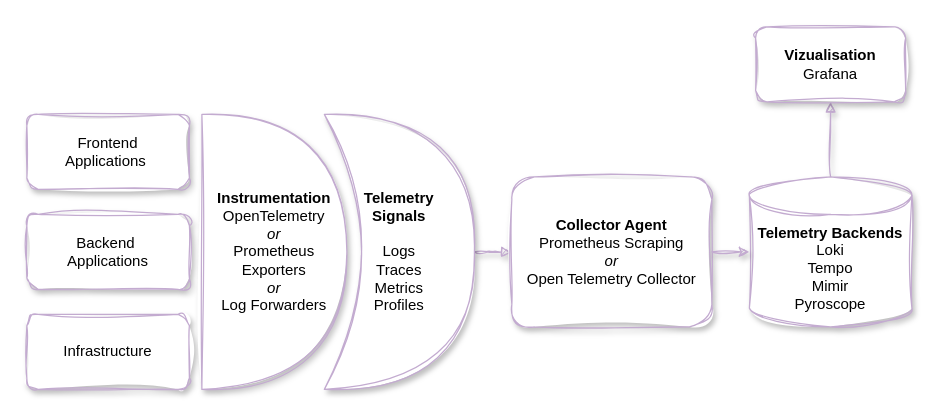
The draw.io diagram graphics/observability-architecture.drawio in alainpham/observability-with-opentelemetry-and-prometheus, before the edit. Source tidied: cells renumbered, new cells numbered last; positions are measured from the earlier drawing's top-left corner, leaving out a move shared by most shapes. Both pictures are drawn from the tidied source at 125%, with x=0, y=0 at pixel (26, 26).
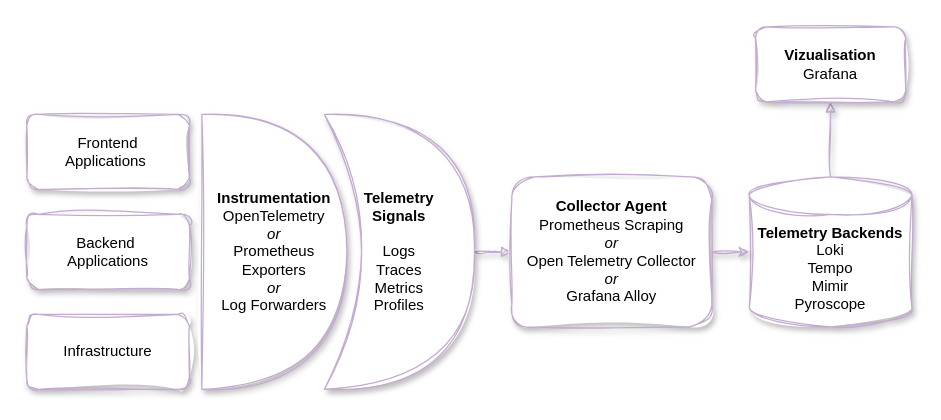
The same page after the edit.

What changed in the source:
```diff
@@
 <mxGraphModel>
   <root>
     <mxCell id="0" />
     <mxCell id="1" parent="0" />
     <mxCell id="2" value="Backend&amp;nbsp;&lt;div&gt;Applications&lt;/div&gt;" style="rounded=1;whiteSpace=wrap;html=1;sketch=1;curveFitting=1;jiggle=2;glass=0;shadow=1;align=center;verticalAlign=middle;fontFamily=Helvetica;fontSize=12;strokeColor=#C3ABD0;" parent="1" vertex="1">
       <mxGeometry y="150" width="130" height="60" as="geometry" />
     </mxCell>
     <mxCell id="3" value="Infrastructure" style="rounded=1;whiteSpace=wrap;html=1;sketch=1;curveFitting=1;jiggle=2;glass=0;shadow=1;align=center;verticalAlign=middle;fontFamily=Helvetica;fontSize=12;strokeColor=#C3ABD0;" parent="1" vertex="1">
       <mxGeometry y="230" width="130" height="60" as="geometry" />
     </mxCell>
     <mxCell id="4" value="Frontend&lt;div&gt;Applications&amp;nbsp;&lt;/div&gt;" style="rounded=1;whiteSpace=wrap;html=1;sketch=1;curveFitting=1;jiggle=2;glass=0;shadow=1;strokeColor=#C3ABD0;" parent="1" vertex="1">
       <mxGeometry y="70" width="130" height="60" as="geometry" />
     </mxCell>
     <mxCell id="5" value="&lt;div&gt;&lt;span style=&quot;background-color: transparent; color: light-dark(rgb(0, 0, 0), rgb(255, 255, 255));&quot;&gt;&lt;b&gt;Instrumentation&lt;/b&gt;&lt;/span&gt;&lt;/div&gt;&lt;div&gt;&lt;/div&gt;&lt;div&gt;&lt;span style=&quot;background-color: transparent; color: light-dark(rgb(0, 0, 0), rgb(255, 255, 255));&quot;&gt;OpenTelemetry&lt;/span&gt;&lt;/div&gt;&lt;div&gt;&lt;div&gt;&lt;span style=&quot;background-color: transparent; color: light-dark(rgb(0, 0, 0), rgb(255, 255, 255));&quot;&gt;&lt;i&gt;or&lt;/i&gt;&lt;/span&gt;&lt;/div&gt;&lt;/div&gt;&lt;div&gt;&lt;span style=&quot;background-color: transparent; color: light-dark(rgb(0, 0, 0), rgb(255, 255, 255));&quot;&gt;Prometheus&lt;/span&gt;&lt;/div&gt;&lt;div&gt;&lt;div&gt;Exporters&lt;/div&gt;&lt;/div&gt;&lt;div&gt;&lt;i&gt;or&lt;/i&gt;&lt;/div&gt;&lt;div&gt;Log Forwarders&lt;/div&gt;" style="shape=or;whiteSpace=wrap;html=1;rounded=1;shadow=1;glass=0;sketch=1;jiggle=2;curveFitting=1;align=center;verticalAlign=middle;fontFamily=Helvetica;fontSize=12;strokeColor=#C3ABD0;" parent="1" vertex="1">
       <mxGeometry x="140" y="70" width="116" height="220" as="geometry" />
     </mxCell>
     <mxCell id="6" style="edgeStyle=orthogonalEdgeStyle;rounded=0;jettySize=auto;html=1;fontFamily=Helvetica;fontSize=12;fontColor=default;endArrow=block;endFill=1;sketch=1;curveFitting=1;jiggle=2;shadow=1;flowAnimation=0;strokeColor=#C3ABD0;" parent="1" edge="1" source="11" target="7">
       <mxGeometry relative="1" as="geometry" />
     </mxCell>
-    <mxCell id="7" value="&lt;b&gt;Collector Agent&lt;/b&gt;&lt;div&gt;Prometheus Scraping&lt;/div&gt;&lt;div&gt;&lt;i&gt;or&lt;/i&gt;&lt;/div&gt;&lt;div&gt;Open Telemetry Collector&lt;/div&gt;" style="rounded=1;whiteSpace=wrap;html=1;shadow=1;glass=0;sketch=1;jiggle=2;curveFitting=1;align=center;verticalAlign=middle;fontFamily=Helvetica;fontSize=12;strokeColor=#C3ABD0;" parent="1" vertex="1">
+    <mxCell id="7" value="&lt;b&gt;Collector Agent&lt;/b&gt;&lt;div&gt;Prometheus Scraping&lt;/div&gt;&lt;div&gt;&lt;i&gt;or&lt;/i&gt;&lt;/div&gt;&lt;div&gt;Open Telemetry Collector&lt;/div&gt;&lt;div&gt;&lt;i&gt;or&lt;/i&gt;&lt;/div&gt;&lt;div&gt;Grafana Alloy&lt;/div&gt;" style="rounded=1;whiteSpace=wrap;html=1;shadow=1;glass=0;sketch=1;jiggle=2;curveFitting=1;align=center;verticalAlign=middle;fontFamily=Helvetica;fontSize=12;strokeColor=#C3ABD0;" parent="1" vertex="1">
       <mxGeometry x="388" y="120" width="160" height="120" as="geometry" />
     </mxCell>
     <mxCell id="8" style="edgeStyle=orthogonalEdgeStyle;shape=connector;rounded=0;sketch=1;jiggle=2;curveFitting=1;jettySize=auto;html=1;shadow=1;align=center;verticalAlign=middle;fontFamily=Helvetica;fontSize=12;fontColor=default;labelBackgroundColor=default;endArrow=block;endFill=1;flowAnimation=0;strokeColor=#C3ABD0;" parent="1" edge="1" source="9" target="10">
       <mxGeometry relative="1" as="geometry" />
     </mxCell>
     <mxCell id="9" value="&lt;div&gt;&lt;b&gt;Telemetry Backends&lt;/b&gt;&lt;/div&gt;Loki&lt;div&gt;Tempo&lt;/div&gt;&lt;div&gt;Mimir&lt;/div&gt;&lt;div&gt;Pyroscope&lt;/div&gt;" style="shape=cylinder3;whiteSpace=wrap;html=1;boundedLbl=1;backgroundOutline=1;size=15;rounded=1;shadow=1;glass=0;sketch=1;jiggle=2;curveFitting=1;align=center;verticalAlign=middle;fontFamily=Helvetica;fontSize=12;strokeColor=#C3ABD0;" parent="1" vertex="1">
       <mxGeometry x="578" y="120" width="130" height="120" as="geometry" />
     </mxCell>
     <mxCell id="10" value="&lt;b&gt;Vizualisation&lt;/b&gt;&lt;div&gt;Grafana&lt;/div&gt;" style="rounded=1;whiteSpace=wrap;html=1;shadow=1;glass=0;sketch=1;jiggle=2;curveFitting=1;align=center;verticalAlign=middle;fontFamily=Helvetica;fontSize=12;strokeColor=#C3ABD0;" parent="1" vertex="1">
       <mxGeometry x="583" width="120" height="60" as="geometry" />
     </mxCell>
     <mxCell id="11" value="&lt;div&gt;&lt;b&gt;Telemetry&lt;/b&gt;&lt;/div&gt;&lt;div&gt;&lt;b&gt;Signals&lt;/b&gt;&lt;/div&gt;&lt;div&gt;&lt;br&gt;&lt;/div&gt;Logs&lt;div&gt;Traces&lt;/div&gt;&lt;div&gt;Metrics&lt;/div&gt;&lt;div&gt;Profiles&lt;/div&gt;" style="shape=xor;whiteSpace=wrap;html=1;rounded=1;shadow=1;glass=0;sketch=1;jiggle=2;curveFitting=1;align=center;verticalAlign=middle;fontFamily=Helvetica;fontSize=12;strokeColor=#C3ABD0;" parent="1" vertex="1">
       <mxGeometry x="238" y="70" width="120" height="220" as="geometry" />
     </mxCell>
     <mxCell id="12" style="endArrow=classic;html=1;rounded=0;shadow=1;sketch=1;jiggle=2;curveFitting=1;align=center;verticalAlign=middle;fontFamily=Helvetica;fontSize=12;fontColor=default;labelBackgroundColor=default;edgeStyle=orthogonalEdgeStyle;flowAnimation=0;strokeColor=#C3ABD0;" parent="1" edge="1" source="7" target="9">
       <mxGeometry relative="1" as="geometry" />
     </mxCell>
   </root>
 </mxGraphModel>
```
